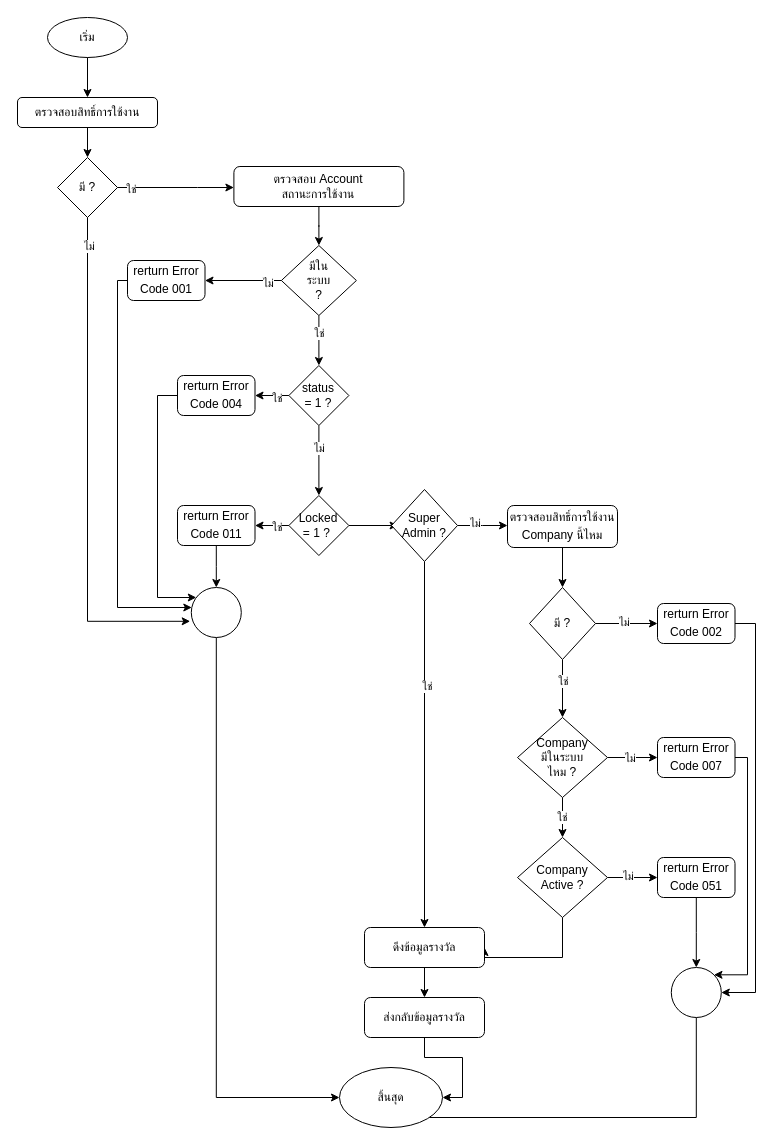
charifrodmanee/charifrodmanee keeps this draw.io diagram as page "หน้า-1" (1 of 4) of ImpotantFinancialInfo.drawio. Above is the earlier version. Source tidied: cells renumbered, new cells numbered last; positions are measured from the earlier drawing's top-left corner, leaving out a move shared by most shapes. Both pictures are drawn from the tidied source at 100%, with x=0, y=0 at pixel (17, 17).
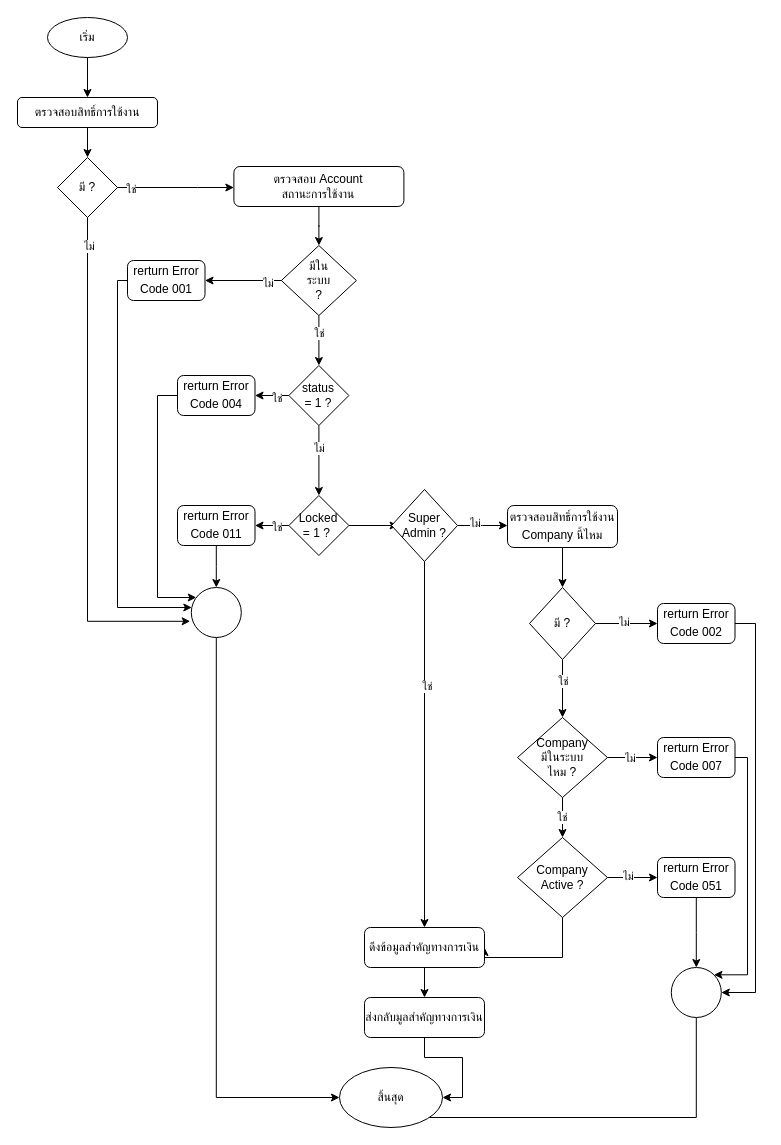
The same page after the edit.

The edit, as a diff of the source:
```diff
@@
-    <mxCell id="62" value="ดึงข้อมูลรางวัล" style="rounded=1;whiteSpace=wrap;html=1;" parent="1" vertex="1">
+    <mxCell id="62" value="ดึงข้อมูลสำคัญทางการเงิน" style="rounded=1;whiteSpace=wrap;html=1;" parent="1" vertex="1">
       <mxGeometry x="347" y="910" width="120" height="40" as="geometry" />
     </mxCell>
@@
-    <mxCell id="67" value="ส่งกลับข้อมูลรางวัล" style="rounded=1;whiteSpace=wrap;html=1;" parent="1" vertex="1">
+    <mxCell id="67" value="ส่งกลับมูลสำคัญทางการเงิน" style="rounded=1;whiteSpace=wrap;html=1;" parent="1" vertex="1">
       <mxGeometry x="347" y="980" width="120" height="40" as="geometry" />
     </mxCell>
```
